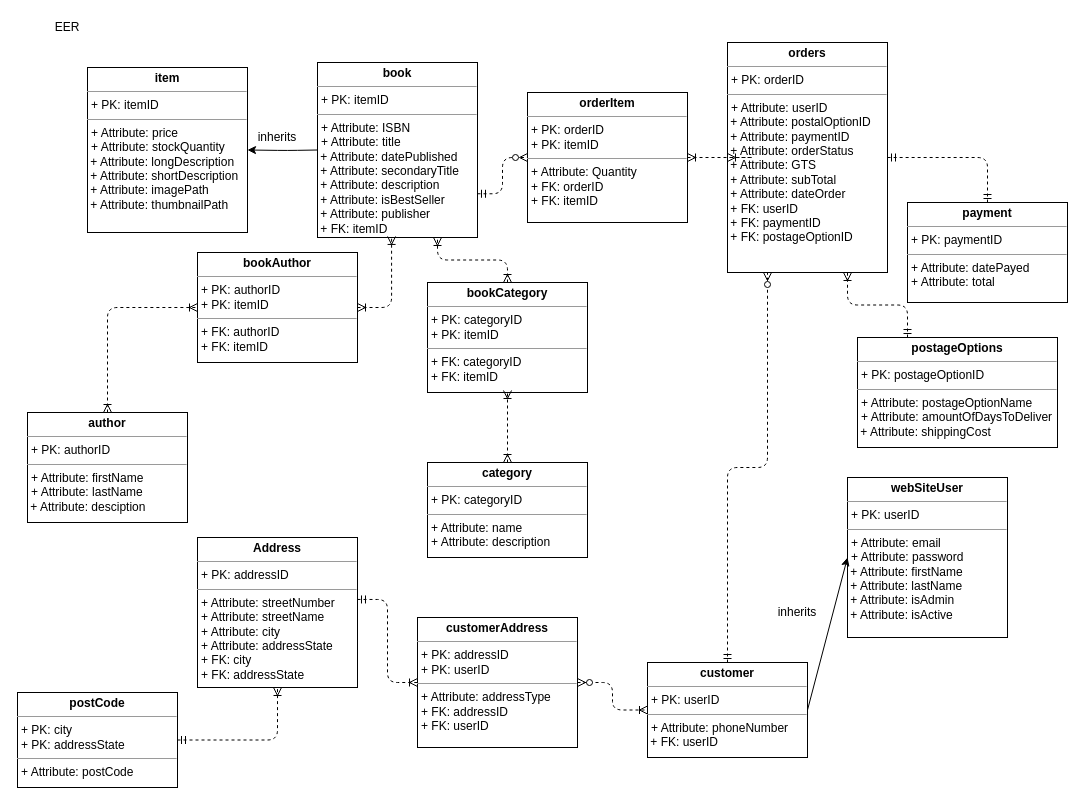
Above: Documentation/ERR-UsedBookStore .drawio.xml in jjvanvuren/INFT3050WebApp (draw.io), before the change. Source tidied: cells renumbered, new cells numbered last; positions are measured from the earlier drawing's top-left corner, leaving out a move shared by most shapes. Both pictures are drawn from the tidied source at 100%, with x=0, y=0 at pixel (17, 17).
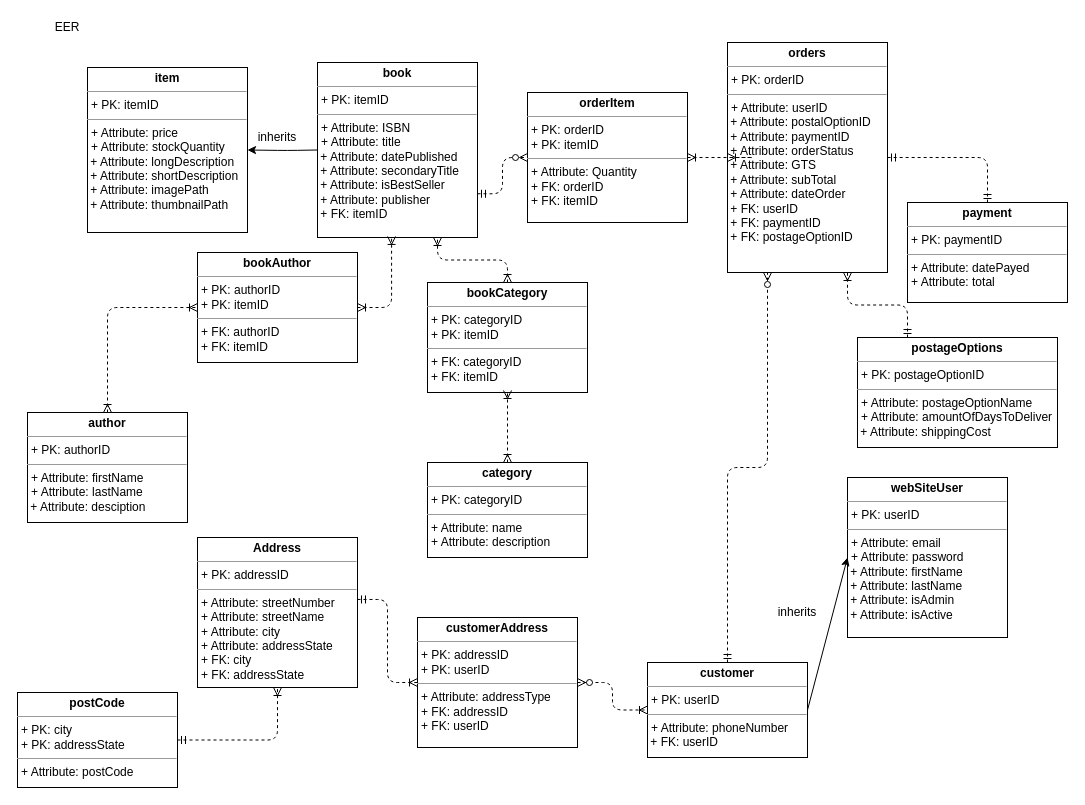
The same diagram, later.

Change to the diagram source:
```diff
@@
-    <mxCell id="4" value="&lt;p style=&quot;margin: 0px ; margin-top: 4px ; text-align: center&quot;&gt;&lt;b&gt;book&lt;/b&gt;&lt;/p&gt;&lt;hr size=&quot;1&quot;&gt;&lt;p style=&quot;margin: 0px ; margin-left: 4px&quot;&gt;+ PK: itemID&lt;/p&gt;&lt;hr size=&quot;1&quot;&gt;&lt;p style=&quot;margin: 0px ; margin-left: 4px&quot;&gt;+ Attribute: ISBN&lt;/p&gt;&lt;p style=&quot;margin: 0px ; margin-left: 4px&quot;&gt;&lt;span&gt;+ Attribute: title&lt;/span&gt;&lt;/p&gt;&amp;nbsp;+ Attribute: datePublished&lt;br&gt;&amp;nbsp;+ Attribute: secondaryTitle&lt;br&gt;&lt;span&gt;&amp;nbsp;+ Attribute: description&lt;br&gt;&lt;/span&gt;&amp;nbsp;+ Attribute:&amp;nbsp;isBestSeller&lt;br&gt;&amp;nbsp;+ Attribute:&amp;nbsp;publisher&lt;span&gt;&lt;br&gt;&lt;/span&gt;&amp;nbsp;+ FK: itemID&lt;br&gt;" style="verticalAlign=top;align=left;overflow=fill;fontSize=12;fontFamily=Helvetica;html=1;" parent="1" vertex="1">
+    <mxCell id="4" value="&lt;p style=&quot;margin: 0px ; margin-top: 4px ; text-align: center&quot;&gt;&lt;b&gt;book&lt;/b&gt;&lt;/p&gt;&lt;hr size=&quot;1&quot;&gt;&lt;p style=&quot;margin: 0px ; margin-left: 4px&quot;&gt;+ PK: itemID&lt;/p&gt;&lt;hr size=&quot;1&quot;&gt;&lt;p style=&quot;margin: 0px ; margin-left: 4px&quot;&gt;+ Attribute: ISBN&lt;/p&gt;&lt;p style=&quot;margin: 0px ; margin-left: 4px&quot;&gt;&lt;span&gt;+ Attribute: title&lt;/span&gt;&lt;/p&gt;&amp;nbsp;+ Attribute: datePublished&lt;br&gt;&amp;nbsp;+ Attribute: secondaryTitle&lt;span&gt;&lt;br&gt;&lt;/span&gt;&amp;nbsp;+ Attribute:&amp;nbsp;isBestSeller&lt;br&gt;&amp;nbsp;+ Attribute:&amp;nbsp;publisher&lt;span&gt;&lt;br&gt;&lt;/span&gt;&amp;nbsp;+ FK: itemID&lt;br&gt;" style="verticalAlign=top;align=left;overflow=fill;fontSize=12;fontFamily=Helvetica;html=1;" parent="1" vertex="1">
       <mxGeometry x="300" y="45" width="160" height="175" as="geometry" />
     </mxCell>
```
